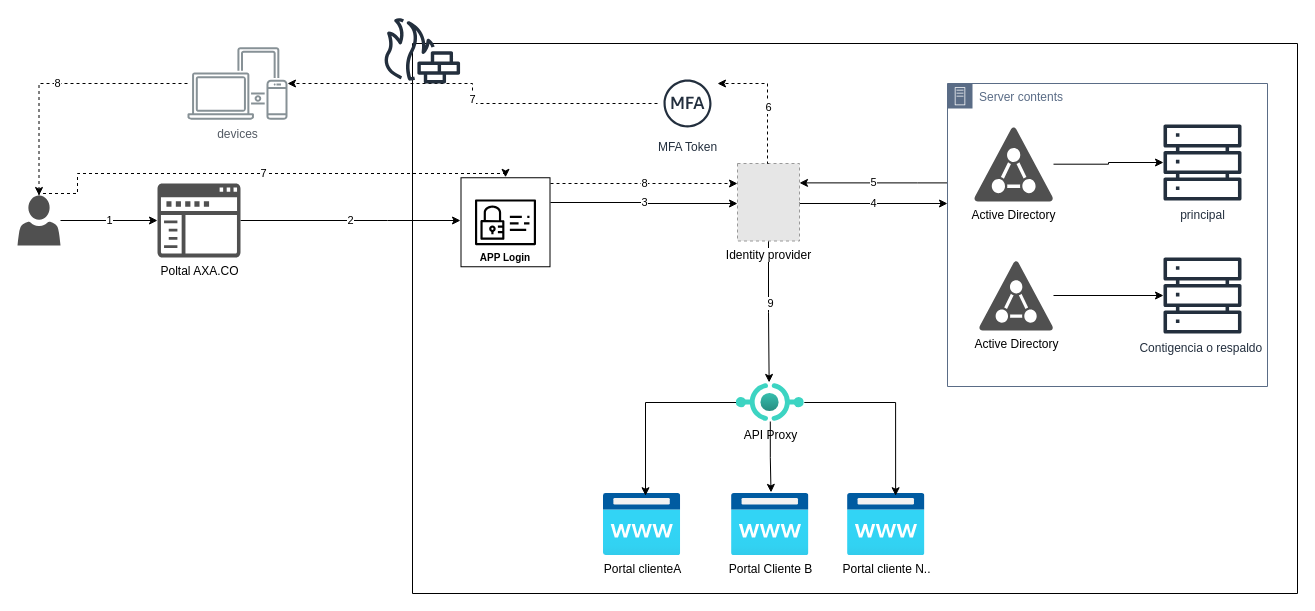
Earlier version of the draw.io diagram Diagrama sin título.drawio (fabianzunigarosales/diagramas). Source tidied: cells renumbered, new cells numbered last; positions are measured from the earlier drawing's top-left corner, leaving out a move shared by most shapes. Both pictures are drawn from the tidied source at 100%, with x=0, y=0 at pixel (17, 17). Pictures stored in the file or linked from it are replaced by grey dashed boxes.
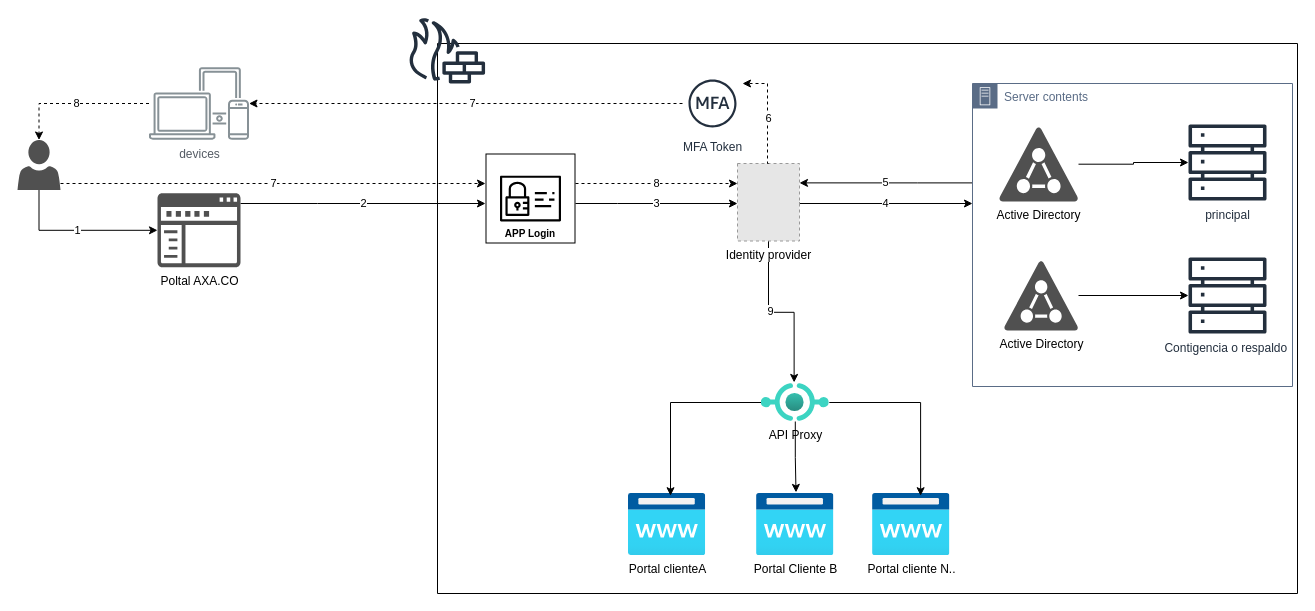
After the change.

Change to the diagram source:
```diff
@@
     <mxCell id="7" value="2" style="edgeStyle=orthogonalEdgeStyle;rounded=0;jettySize=auto;html=1;" parent="1" edge="1" source="8" target="28">
       <mxGeometry relative="1" as="geometry">
         <Array as="points">
-          <mxPoint x="370" y="203" />
-          <mxPoint x="370" y="203" />
+          <mxPoint x="300" y="186" />
+          <mxPoint x="300" y="186" />
         </Array>
       </mxGeometry>
     </mxCell>
     <mxCell id="8" value="Poltal AXA.CO" style="sketch=0;shadow=0;dashed=0;html=1;strokeColor=none;labelPosition=center;verticalLabelPosition=bottom;verticalAlign=top;align=center;fillColor=#505050;shape=mxgraph.mscae.intune.company_portal;" parent="1" vertex="1">
-      <mxGeometry x="140" y="166" width="83" height="74" as="geometry" />
+      <mxGeometry x="140" y="175.8" width="83" height="74" as="geometry" />
     </mxCell>
-    <mxCell id="9" value="1" style="edgeStyle=orthogonalEdgeStyle;rounded=0;jettySize=auto;html=1;entryX=0;entryY=0.5;entryDx=0;entryDy=0;entryPerimeter=0;" parent="1" edge="1" source="11" target="8">
+    <mxCell id="9" value="1" style="edgeStyle=orthogonalEdgeStyle;rounded=0;jettySize=auto;html=1;entryX=0;entryY=0.5;entryDx=0;entryDy=0;entryPerimeter=0;exitX=0.5;exitY=1;exitDx=0;exitDy=0;exitPerimeter=0;" parent="1" edge="1" source="11" target="8">
       <mxGeometry relative="1" as="geometry" />
     </mxCell>
     <mxCell id="10" value="7" style="edgeStyle=orthogonalEdgeStyle;rounded=0;jettySize=auto;html=1;dashed=1;" parent="1" edge="1" source="11" target="28">
       <mxGeometry relative="1" as="geometry">
         <Array as="points">
-          <mxPoint x="22" y="176" />
-          <mxPoint x="60" y="176" />
-          <mxPoint x="60" y="156" />
+          <mxPoint x="400" y="166" />
+          <mxPoint x="400" y="166" />
         </Array>
       </mxGeometry>
     </mxCell>
     <mxCell id="11" style="sketch=0;shadow=0;dashed=0;html=1;strokeColor=none;labelPosition=center;verticalLabelPosition=bottom;verticalAlign=top;align=center;fillColor=#505050;shape=mxgraph.mscae.intune.account_portal;" parent="1" vertex="1">
-      <mxGeometry y="178" width="43" height="50" as="geometry" />
+      <mxGeometry y="122.5" width="43" height="50" as="geometry" />
     </mxCell>
     <mxCell id="12" value="3" style="edgeStyle=orthogonalEdgeStyle;rounded=0;jettySize=auto;html=1;" parent="1" edge="1" source="28">
       <mxGeometry relative="1" as="geometry">
         <mxPoint x="720" y="186" as="targetPoint" />
         <Array as="points">
-          <mxPoint x="627" y="185" />
-          <mxPoint x="627" y="186" />
-          <mxPoint x="720" y="186" />
+          <mxPoint x="600" y="186" />
+          <mxPoint x="600" y="186" />
         </Array>
       </mxGeometry>
     </mxCell>
@@
     <mxCell id="15" value="devices" style="sketch=0;outlineConnect=0;gradientColor=none;fontColor=#545B64;strokeColor=none;fillColor=#879196;dashed=0;verticalLabelPosition=bottom;verticalAlign=top;align=center;html=1;fontSize=12;fontStyle=0;shape=mxgraph.aws4.illustration_devices;" parent="1" vertex="1">
-      <mxGeometry x="170" y="29.5" width="100" height="73" as="geometry" />
+      <mxGeometry x="131.5" y="49.5" width="100" height="73" as="geometry" />
     </mxCell>
@@
     <mxCell id="18" value="|" style="swimlane;startSize=0;" parent="1" vertex="1">
-      <mxGeometry x="395" y="26" width="885" height="550" as="geometry" />
+      <mxGeometry x="420" y="26" width="860" height="550" as="geometry" />
     </mxCell>
@@
     <mxCell id="28" value="APP Login" style="sketch=0;outlineConnect=0;fillColor=none;dashed=0;verticalLabelPosition=middle;verticalAlign=bottom;align=center;html=1;whiteSpace=wrap;fontSize=10;fontStyle=1;spacing=3;shape=mxgraph.aws4.productIcon;prIcon=mxgraph.aws4.identity_and_access_management;" parent="18" vertex="1">
-      <mxGeometry x="48" y="133.8" width="90" height="90" as="geometry" />
+      <mxGeometry x="48" y="110" width="90" height="90" as="geometry" />
     </mxCell>
@@
     <mxCell id="36" value="8" style="edgeStyle=orthogonalEdgeStyle;rounded=0;jettySize=auto;html=1;dashed=1;" parent="1" edge="1" source="28">
       <mxGeometry relative="1" as="geometry">
         <mxPoint x="720" y="166" as="targetPoint" />
         <Array as="points">
-          <mxPoint x="720" y="166" />
+          <mxPoint x="580" y="166" />
+          <mxPoint x="580" y="166" />
         </Array>
       </mxGeometry>
     </mxCell>
```
